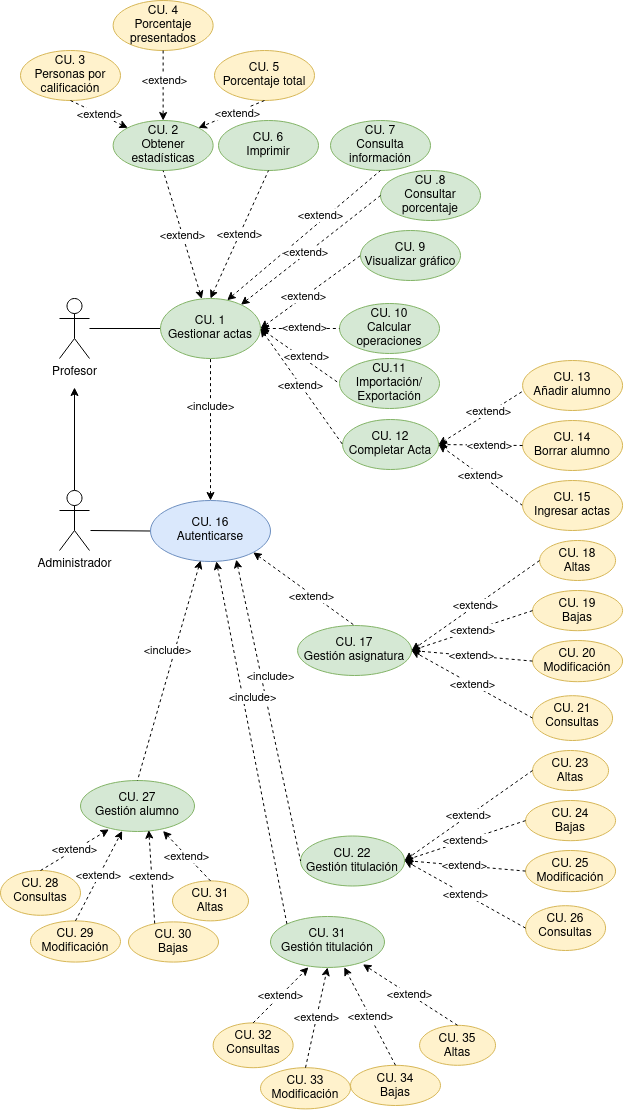
colidom/ets keeps this draw.io diagram as Tareas/casosUso/Tarea6-Gestión Profesores/img/GestionProfesores.drawio.png. Above is the earlier version. Source tidied: cells renumbered, new cells last; positions are measured from the earlier drawing's top-left corner, leaving out a move shared by most shapes.
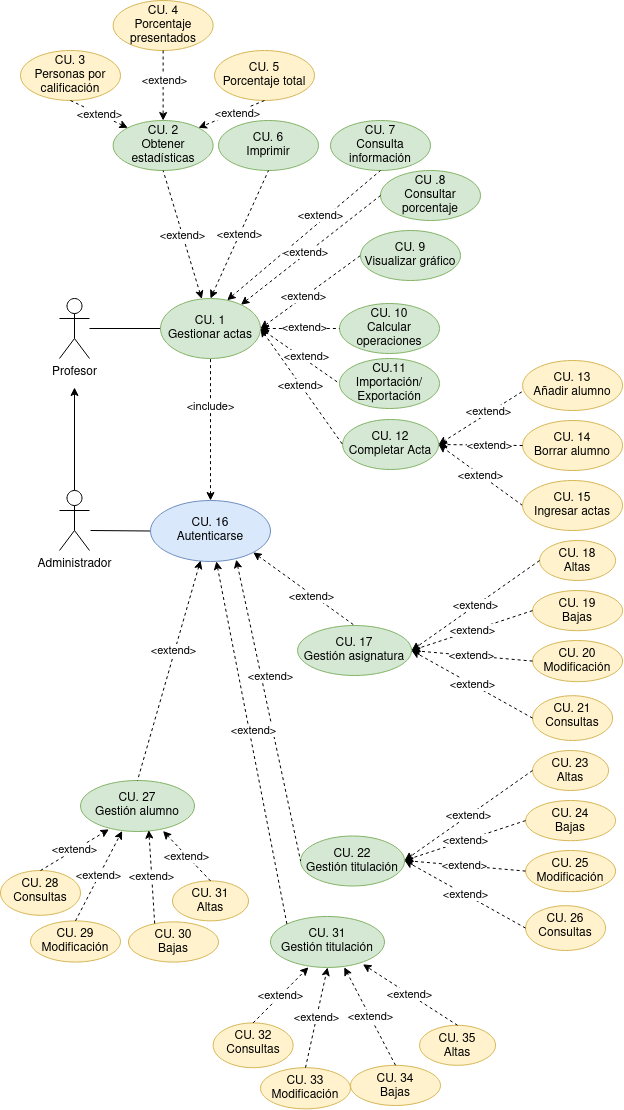
Later version of the same file.

Diff of the diagram source:
```diff
@@ -265,7 +265,7 @@
     <mxCell id="78" style="edgeStyle=none;rounded=0;jettySize=auto;html=1;dashed=1;startArrow=classic;startFill=1;endArrow=none;endFill=0;entryX=0;entryY=0.5;entryDx=0;entryDy=0;exitX=0.715;exitY=0.97;exitDx=0;exitDy=0;exitPerimeter=0;" parent="1" edge="1" source="43" target="48">
       <mxGeometry relative="1" as="geometry" />
     </mxCell>
-    <mxCell id="79" value="&amp;lt;include&amp;gt;" style="edgeLabel;html=1;align=center;verticalAlign=middle;" parent="78" vertex="1">
+    <mxCell id="79" value="&amp;lt;extend&amp;gt;" style="edgeLabel;html=1;align=center;verticalAlign=middle;" parent="78" vertex="1">
       <mxGeometry x="-0.35" y="-2" relative="1" as="geometry">
         <mxPoint x="15" y="18" as="offset" />
       </mxGeometry>
@@ -273,9 +273,9 @@
     <mxCell id="80" style="edgeStyle=none;rounded=0;jettySize=auto;html=1;dashed=1;startArrow=classic;startFill=1;endArrow=none;endFill=0;entryX=0;entryY=0;entryDx=0;entryDy=0;" parent="1" edge="1" source="43" target="49">
       <mxGeometry relative="1" as="geometry" />
     </mxCell>
-    <mxCell id="81" value="&amp;lt;include&amp;gt;" style="edgeLabel;html=1;align=center;verticalAlign=middle;" parent="80" vertex="1">
+    <mxCell id="81" value="&amp;lt;extend&amp;gt;" style="edgeLabel;html=1;align=center;verticalAlign=middle;" parent="80" vertex="1">
       <mxGeometry x="-0.35" y="-2" relative="1" as="geometry">
-        <mxPoint x="15" y="18" as="offset" />
+        <mxPoint x="16" y="51" as="offset" />
       </mxGeometry>
     </mxCell>
     <mxCell id="82" value="&lt;div&gt;CU. 27&lt;br&gt;&lt;/div&gt;&lt;div&gt;Gestión alumno&lt;br&gt;&lt;/div&gt;" style="ellipse;whiteSpace=wrap;html=1;fillColor=#d5e8d4;strokeColor=#82b366;" parent="1" vertex="1">
@@ -308,9 +308,9 @@
     <mxCell id="91" style="edgeStyle=none;rounded=0;jettySize=auto;html=1;dashed=1;startArrow=classic;startFill=1;endArrow=none;endFill=0;entryX=0.5;entryY=0;entryDx=0;entryDy=0;exitX=0.417;exitY=0.984;exitDx=0;exitDy=0;exitPerimeter=0;" parent="1" edge="1" source="43" target="82">
       <mxGeometry relative="1" as="geometry" />
     </mxCell>
-    <mxCell id="92" value="&amp;lt;include&amp;gt;" style="edgeLabel;html=1;align=center;verticalAlign=middle;" parent="91" vertex="1">
+    <mxCell id="92" value="&amp;lt;extend&amp;gt;" style="edgeLabel;html=1;align=center;verticalAlign=middle;" parent="91" vertex="1">
       <mxGeometry x="-0.35" y="-2" relative="1" as="geometry">
-        <mxPoint x="-11" y="19" as="offset" />
+        <mxPoint x="-5" y="19" as="offset" />
       </mxGeometry>
     </mxCell>
   </root>
```
